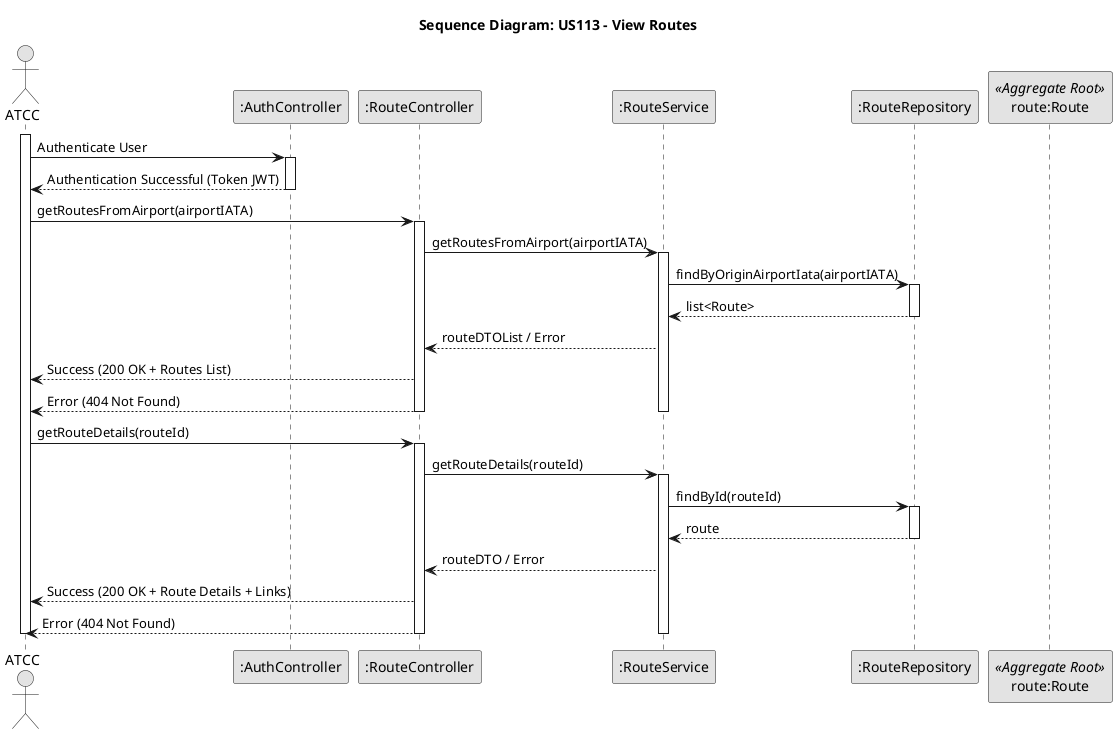
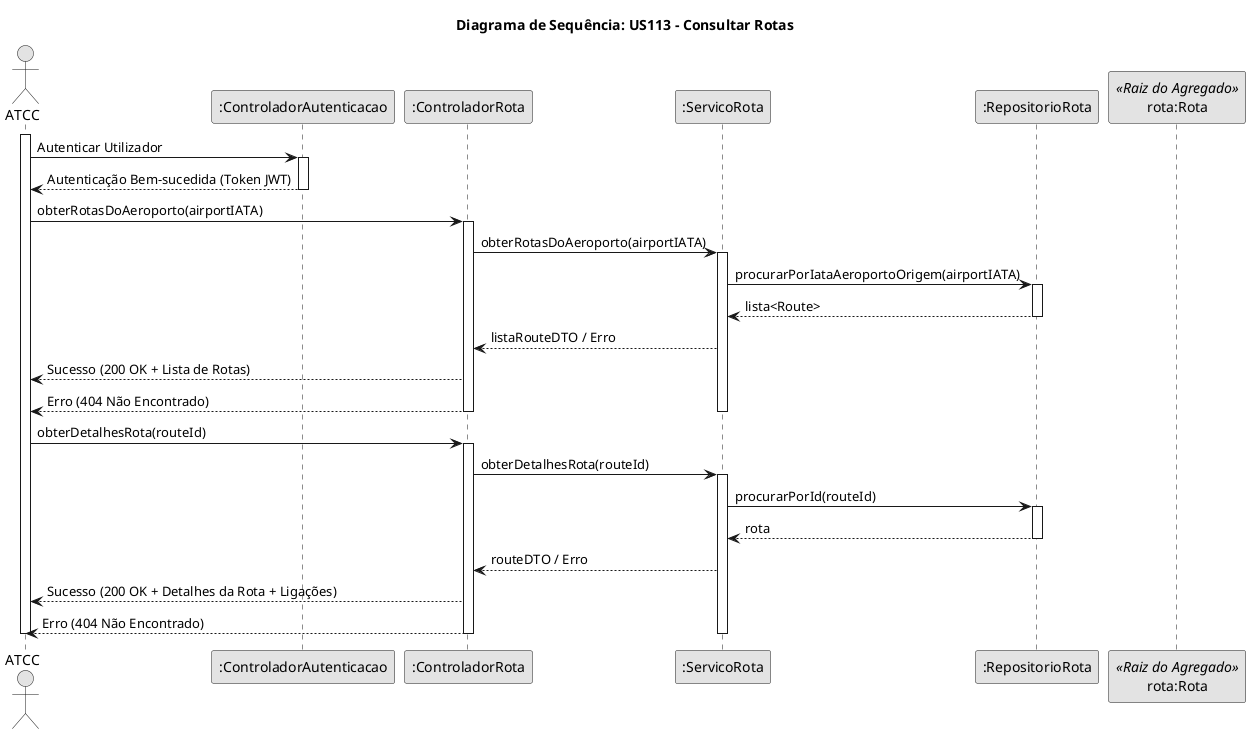
@startuml
skinparam monochrome true
skinparam shadowing false

- title Sequence Diagram: US113 - View Routes
+ title Diagrama de Sequência: US113 - Consultar Rotas

actor "ATCC" as User
- participant ":AuthController" as Auth
- participant ":RouteController" as Ctrl
- participant ":RouteService" as Service
- participant ":RouteRepository" as RepoRoute
- participant "route:Route" as Route <<Aggregate Root>>
+ participant ":ControladorAutenticacao" as Auth
+ participant ":ControladorRota" as Ctrl
+ participant ":ServicoRota" as Service
+ participant ":RepositorioRota" as RepoRoute
+ participant "rota:Rota" as Route <<Raiz do Agregado>>

activate User

- 
- User -> Auth : Authenticate User
+ User -> Auth : Autenticar Utilizador
activate Auth
- Auth --> User : Authentication Successful (Token JWT)
+ Auth --> User : Autenticação Bem-sucedida (Token JWT)
deactivate Auth

- 
- User -> Ctrl : getRoutesFromAirport(airportIATA)
+ User -> Ctrl : obterRotasDoAeroporto(airportIATA)
activate Ctrl

- Ctrl -> Service : getRoutesFromAirport(airportIATA)
+ Ctrl -> Service : obterRotasDoAeroporto(airportIATA)
activate Service

-     Service -> RepoRoute : findByOriginAirportIata(airportIATA)
+     Service -> RepoRoute : procurarPorIataAeroportoOrigem(airportIATA)
    activate RepoRoute
-     RepoRoute --> Service : list<Route>
+     RepoRoute --> Service : lista<Route>
    deactivate RepoRoute

-     Service --> Ctrl : routeDTOList / Error
+     Service --> Ctrl : listaRouteDTO / Erro

-     Ctrl --> User : Success (200 OK + Routes List)
+     Ctrl --> User : Sucesso (200 OK + Lista de Rotas)

-     Ctrl --> User : Error (404 Not Found)
+     Ctrl --> User : Erro (404 Não Encontrado)
+ 
deactivate Service
deactivate Ctrl

- User -> Ctrl : getRouteDetails(routeId)
+ User -> Ctrl : obterDetalhesRota(routeId)
activate Ctrl

- Ctrl -> Service : getRouteDetails(routeId)
+ Ctrl -> Service : obterDetalhesRota(routeId)
activate Service

-     Service -> RepoRoute : findById(routeId)
+     Service -> RepoRoute : procurarPorId(routeId)
    activate RepoRoute
-     RepoRoute --> Service : route
+     RepoRoute --> Service : rota
    deactivate RepoRoute

+     Service --> Ctrl : routeDTO / Erro

-     Service --> Ctrl : routeDTO / Error
+     Ctrl --> User : Sucesso (200 OK + Detalhes da Rota + Ligações)

- 
-     Ctrl --> User : Success (200 OK + Route Details + Links)
- 
-     Ctrl --> User : Error (404 Not Found)
+     Ctrl --> User : Erro (404 Não Encontrado)

deactivate Service
deactivate Ctrl
deactivate User
@enduml